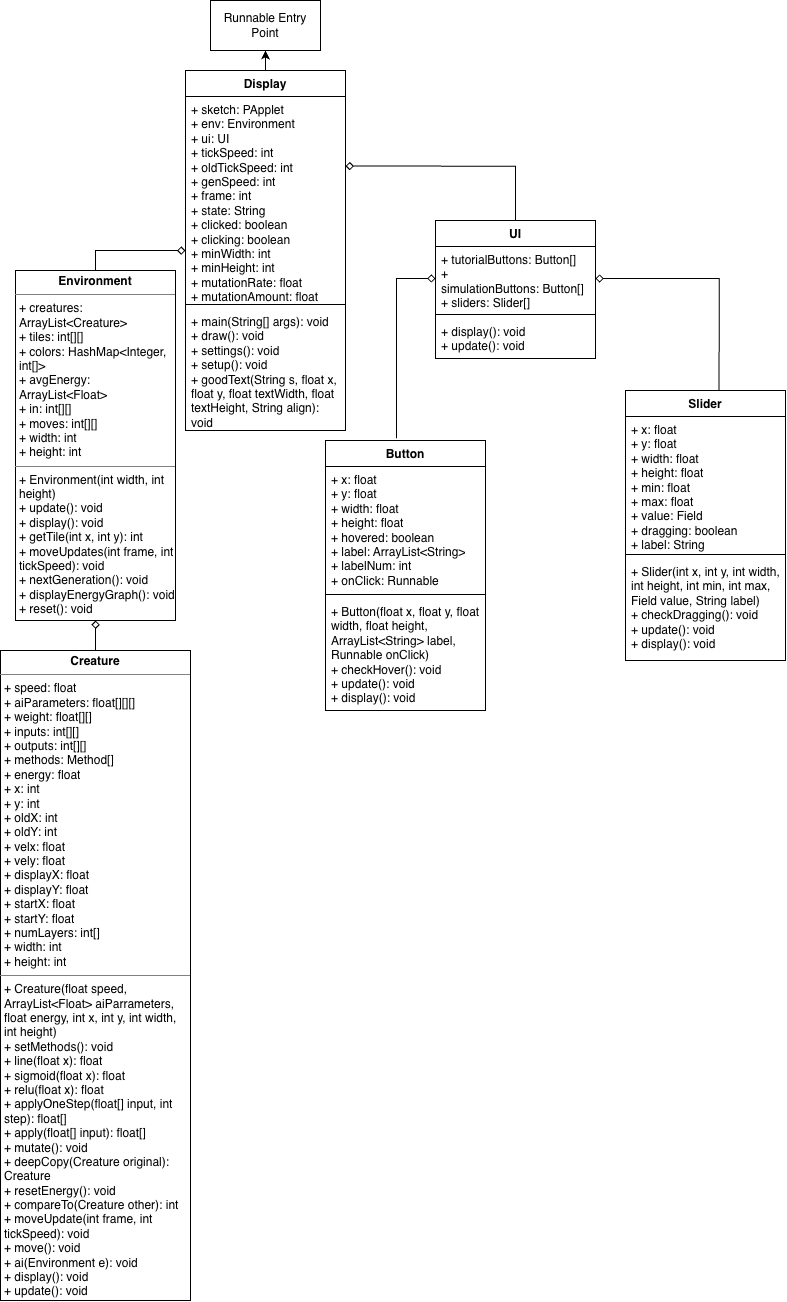
This is docs/UML.png from Jonwu25/AdvProgrammingIndvProject, a draw.io export, as it was before one commit. Source tidied: cells renumbered, new cells last; positions are measured from the earlier drawing's top-left corner, leaving out a move shared by most shapes.
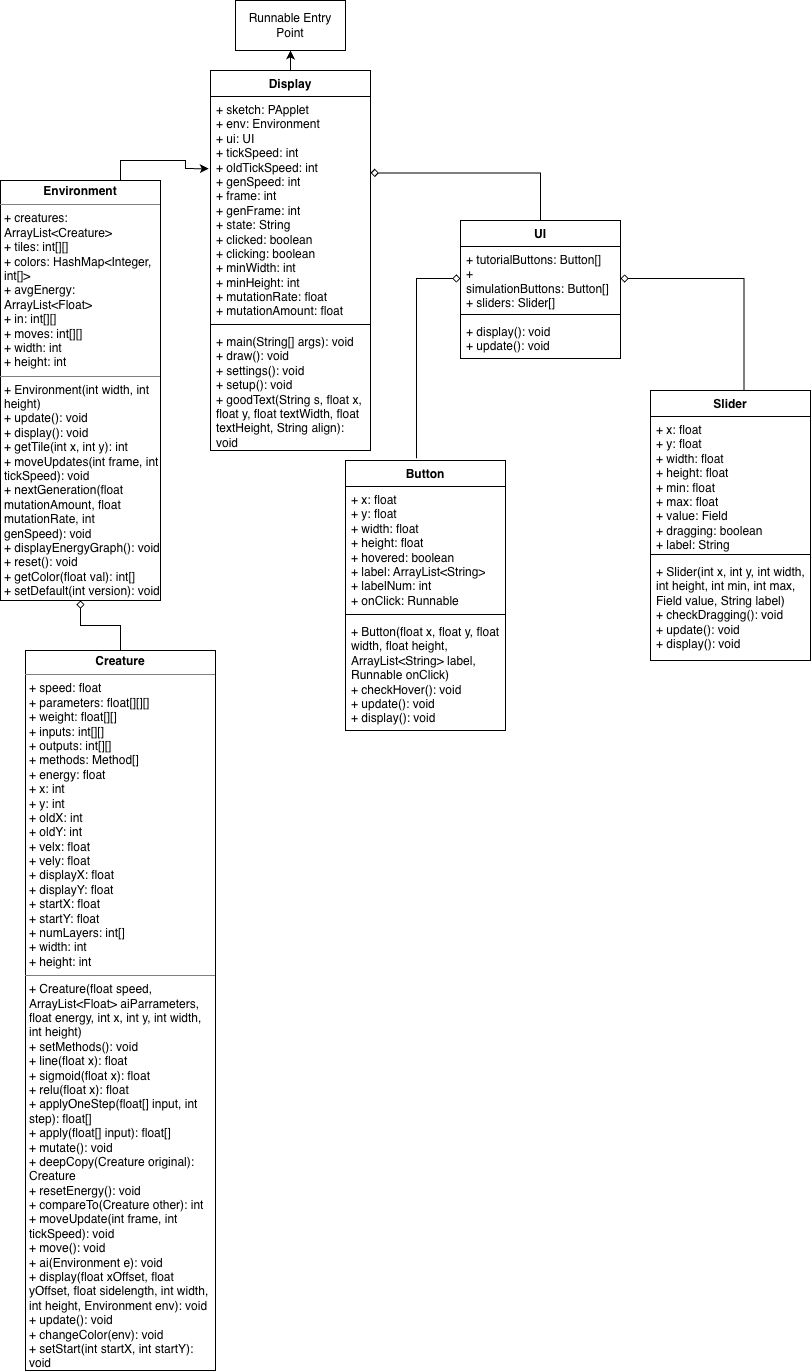
Later version of the same file.

The edit, as a diff of the source:
```diff
@@ -5,29 +5,26 @@
     <mxCell id="2" value="Runnable Entry Point" style="html=1;whiteSpace=wrap;" parent="1" vertex="1">
       <mxGeometry x="210" width="110" height="50" as="geometry" />
     </mxCell>
-    <mxCell id="3" style="edgeStyle=orthogonalEdgeStyle;rounded=0;jettySize=auto;html=1;exitX=0.5;exitY=0;exitDx=0;exitDy=0;endArrow=diamond;endFill=0;" parent="1" edge="1" source="4" target="7">
-      <mxGeometry relative="1" as="geometry" />
-    </mxCell>
-    <mxCell id="4" value="&lt;p style=&quot;margin:0px;margin-top:4px;text-align:center;&quot;&gt;&lt;b&gt;Environment&lt;/b&gt;&lt;/p&gt;&lt;hr size=&quot;1&quot; style=&quot;border-style:solid;&quot;&gt;&lt;p style=&quot;margin:0px;margin-left:4px;&quot;&gt;+ creatures: ArrayList&amp;lt;Creature&amp;gt;&lt;/p&gt;&lt;p style=&quot;margin:0px;margin-left:4px;&quot;&gt;+ tiles: int[][]&lt;/p&gt;&lt;p style=&quot;margin:0px;margin-left:4px;&quot;&gt;+ colors: HashMap&amp;lt;Integer, int[]&amp;gt;&lt;/p&gt;&lt;p style=&quot;margin:0px;margin-left:4px;&quot;&gt;+ avgEnergy: ArrayList&amp;lt;Float&amp;gt;&lt;/p&gt;&lt;p style=&quot;margin:0px;margin-left:4px;&quot;&gt;+ in: int[][]&lt;/p&gt;&lt;p style=&quot;margin:0px;margin-left:4px;&quot;&gt;+ moves: int[][]&lt;/p&gt;&lt;p style=&quot;margin:0px;margin-left:4px;&quot;&gt;+ width: int&lt;/p&gt;&lt;p style=&quot;margin:0px;margin-left:4px;&quot;&gt;+ height: int&lt;/p&gt;&lt;hr size=&quot;1&quot; style=&quot;border-style:solid;&quot;&gt;&lt;p style=&quot;margin:0px;margin-left:4px;&quot;&gt;+ Environment(int width, int height)&lt;/p&gt;&lt;p style=&quot;margin:0px;margin-left:4px;&quot;&gt;+ update(): void&lt;/p&gt;&lt;p style=&quot;margin:0px;margin-left:4px;&quot;&gt;+ display(): void&lt;/p&gt;&lt;p style=&quot;margin:0px;margin-left:4px;&quot;&gt;+ getTile(int x, int y): int&lt;/p&gt;&lt;p style=&quot;margin:0px;margin-left:4px;&quot;&gt;+ moveUpdates(int frame, int tickSpeed): void&lt;/p&gt;&lt;p style=&quot;margin:0px;margin-left:4px;&quot;&gt;+ nextGeneration(): void&lt;/p&gt;&lt;p style=&quot;margin:0px;margin-left:4px;&quot;&gt;+ displayEnergyGraph(): void&lt;/p&gt;&lt;p style=&quot;margin:0px;margin-left:4px;&quot;&gt;+ reset(): void&lt;/p&gt;" style="verticalAlign=top;align=left;overflow=fill;html=1;whiteSpace=wrap;" parent="1" vertex="1">
-      <mxGeometry x="15" y="270" width="160" height="350" as="geometry" />
+    <mxCell id="4" value="&lt;p style=&quot;margin:0px;margin-top:4px;text-align:center;&quot;&gt;&lt;b&gt;Environment&lt;/b&gt;&lt;/p&gt;&lt;hr size=&quot;1&quot; style=&quot;border-style:solid;&quot;&gt;&lt;p style=&quot;margin:0px;margin-left:4px;&quot;&gt;+ creatures: ArrayList&amp;lt;Creature&amp;gt;&lt;/p&gt;&lt;p style=&quot;margin:0px;margin-left:4px;&quot;&gt;+ tiles: int[][]&lt;/p&gt;&lt;p style=&quot;margin:0px;margin-left:4px;&quot;&gt;+ colors: HashMap&amp;lt;Integer, int[]&amp;gt;&lt;/p&gt;&lt;p style=&quot;margin:0px;margin-left:4px;&quot;&gt;+ avgEnergy: ArrayList&amp;lt;Float&amp;gt;&lt;/p&gt;&lt;p style=&quot;margin:0px;margin-left:4px;&quot;&gt;+ in: int[][]&lt;/p&gt;&lt;p style=&quot;margin:0px;margin-left:4px;&quot;&gt;+ moves: int[][]&lt;/p&gt;&lt;p style=&quot;margin:0px;margin-left:4px;&quot;&gt;+ width: int&lt;/p&gt;&lt;p style=&quot;margin:0px;margin-left:4px;&quot;&gt;+ height: int&lt;/p&gt;&lt;hr size=&quot;1&quot; style=&quot;border-style:solid;&quot;&gt;&lt;p style=&quot;margin:0px;margin-left:4px;&quot;&gt;+ Environment(int width, int height)&lt;/p&gt;&lt;p style=&quot;margin:0px;margin-left:4px;&quot;&gt;+ update(): void&lt;/p&gt;&lt;p style=&quot;margin:0px;margin-left:4px;&quot;&gt;+ display(): void&lt;/p&gt;&lt;p style=&quot;margin:0px;margin-left:4px;&quot;&gt;+ getTile(int x, int y): int&lt;/p&gt;&lt;p style=&quot;margin:0px;margin-left:4px;&quot;&gt;+ moveUpdates(int frame, int tickSpeed): void&lt;/p&gt;&lt;p style=&quot;margin:0px;margin-left:4px;&quot;&gt;+ nextGeneration(float mutationAmount, float mutationRate, int genSpeed): void&lt;/p&gt;&lt;p style=&quot;margin:0px;margin-left:4px;&quot;&gt;+ displayEnergyGraph(): void&lt;/p&gt;&lt;p style=&quot;margin:0px;margin-left:4px;&quot;&gt;+ reset(): void&lt;/p&gt;&lt;p style=&quot;margin:0px;margin-left:4px;&quot;&gt;+ getColor(float val): int[]&lt;/p&gt;&lt;p style=&quot;margin:0px;margin-left:4px;&quot;&gt;+ setDefault(int version): void&lt;/p&gt;" style="verticalAlign=top;align=left;overflow=fill;html=1;whiteSpace=wrap;" parent="1" vertex="1">
+      <mxGeometry x="-25" y="180" width="160" height="420" as="geometry" />
     </mxCell>
     <mxCell id="5" style="edgeStyle=orthogonalEdgeStyle;rounded=0;jettySize=auto;html=1;exitX=0.5;exitY=0;exitDx=0;exitDy=0;endArrow=diamond;endFill=0;" parent="1" edge="1" source="6" target="4">
       <mxGeometry relative="1" as="geometry" />
     </mxCell>
-    <mxCell id="6" value="&lt;p style=&quot;margin:0px;margin-top:4px;text-align:center;&quot;&gt;&lt;b&gt;Creature&lt;/b&gt;&lt;/p&gt;&lt;hr size=&quot;1&quot; style=&quot;border-style:solid;&quot;&gt;&lt;p style=&quot;margin:0px;margin-left:4px;&quot;&gt;+ speed: float&lt;/p&gt;&lt;p style=&quot;margin:0px;margin-left:4px;&quot;&gt;+ aiParameters: float[][][]&lt;/p&gt;&lt;p style=&quot;margin:0px;margin-left:4px;&quot;&gt;+ weight: float[][]&lt;/p&gt;&lt;p style=&quot;margin:0px;margin-left:4px;&quot;&gt;+ inputs: int[][]&lt;/p&gt;&lt;p style=&quot;margin:0px;margin-left:4px;&quot;&gt;+ outputs: int[][]&lt;/p&gt;&lt;p style=&quot;margin:0px;margin-left:4px;&quot;&gt;+ methods: Method[]&lt;/p&gt;&lt;p style=&quot;margin:0px;margin-left:4px;&quot;&gt;+ energy: float&lt;/p&gt;&lt;p style=&quot;margin:0px;margin-left:4px;&quot;&gt;+ x: int&lt;/p&gt;&lt;p style=&quot;margin:0px;margin-left:4px;&quot;&gt;+ y: int&lt;/p&gt;&lt;p style=&quot;margin:0px;margin-left:4px;&quot;&gt;+ oldX: int&lt;/p&gt;&lt;p style=&quot;margin:0px;margin-left:4px;&quot;&gt;+ oldY: int&lt;/p&gt;&lt;p style=&quot;margin:0px;margin-left:4px;&quot;&gt;+ velx: float&lt;/p&gt;&lt;p style=&quot;margin:0px;margin-left:4px;&quot;&gt;+ vely: float&lt;/p&gt;&lt;p style=&quot;margin:0px;margin-left:4px;&quot;&gt;+ displayX: float&lt;/p&gt;&lt;p style=&quot;margin:0px;margin-left:4px;&quot;&gt;+ displayY: float&lt;/p&gt;&lt;p style=&quot;margin:0px;margin-left:4px;&quot;&gt;+ startX: float&lt;/p&gt;&lt;p style=&quot;margin:0px;margin-left:4px;&quot;&gt;+ startY: float&lt;/p&gt;&lt;p style=&quot;margin:0px;margin-left:4px;&quot;&gt;+ numLayers: int[]&lt;/p&gt;&lt;p style=&quot;margin:0px;margin-left:4px;&quot;&gt;+ width: int&lt;/p&gt;&lt;p style=&quot;margin:0px;margin-left:4px;&quot;&gt;+ height: int&lt;/p&gt;&lt;hr size=&quot;1&quot; style=&quot;border-style:solid;&quot;&gt;&lt;p style=&quot;margin:0px;margin-left:4px;&quot;&gt;+ Creature(float speed, ArrayList&amp;lt;Float&amp;gt; aiParrameters, float energy, int x, int y, int width, int height)&lt;/p&gt;&lt;p style=&quot;margin:0px;margin-left:4px;&quot;&gt;+ setMethods(): void&lt;/p&gt;&lt;p style=&quot;margin:0px;margin-left:4px;&quot;&gt;+ line(float x): float&lt;/p&gt;&lt;p style=&quot;margin:0px;margin-left:4px;&quot;&gt;+ sigmoid(float x): float&lt;/p&gt;&lt;p style=&quot;margin:0px;margin-left:4px;&quot;&gt;+ relu(float x): float&lt;/p&gt;&lt;p style=&quot;margin:0px;margin-left:4px;&quot;&gt;+ applyOneStep(float[] input, int step): float[]&lt;/p&gt;&lt;p style=&quot;margin:0px;margin-left:4px;&quot;&gt;+ apply(float[] input): float[]&lt;/p&gt;&lt;p style=&quot;margin:0px;margin-left:4px;&quot;&gt;+ mutate(): void&lt;/p&gt;&lt;p style=&quot;margin:0px;margin-left:4px;&quot;&gt;+ deepCopy(Creature original): Creature&lt;/p&gt;&lt;p style=&quot;margin:0px;margin-left:4px;&quot;&gt;+ resetEnergy(): void&lt;/p&gt;&lt;p style=&quot;margin:0px;margin-left:4px;&quot;&gt;+ compareTo(Creature other): int&lt;/p&gt;&lt;p style=&quot;margin:0px;margin-left:4px;&quot;&gt;+ moveUpdate(int frame, int tickSpeed): void&lt;/p&gt;&lt;p style=&quot;margin:0px;margin-left:4px;&quot;&gt;+ move(): void&lt;/p&gt;&lt;p style=&quot;margin:0px;margin-left:4px;&quot;&gt;+ ai(Environment e): void&lt;/p&gt;&lt;p style=&quot;margin:0px;margin-left:4px;&quot;&gt;+ display(): void&lt;br&gt;+ update(): void&lt;/p&gt;" style="verticalAlign=top;align=left;overflow=fill;html=1;whiteSpace=wrap;" parent="1" vertex="1">
-      <mxGeometry y="650" width="190" height="650" as="geometry" />
+    <mxCell id="6" value="&lt;p style=&quot;margin:0px;margin-top:4px;text-align:center;&quot;&gt;&lt;b&gt;Creature&lt;/b&gt;&lt;/p&gt;&lt;hr size=&quot;1&quot; style=&quot;border-style:solid;&quot;&gt;&lt;p style=&quot;margin:0px;margin-left:4px;&quot;&gt;+ speed: float&lt;/p&gt;&lt;p style=&quot;margin:0px;margin-left:4px;&quot;&gt;+ parameters: float[][][]&lt;/p&gt;&lt;p style=&quot;margin:0px;margin-left:4px;&quot;&gt;+ weight: float[][]&lt;/p&gt;&lt;p style=&quot;margin:0px;margin-left:4px;&quot;&gt;+ inputs: int[][]&lt;/p&gt;&lt;p style=&quot;margin:0px;margin-left:4px;&quot;&gt;+ outputs: int[][]&lt;/p&gt;&lt;p style=&quot;margin:0px;margin-left:4px;&quot;&gt;+ methods: Method[]&lt;/p&gt;&lt;p style=&quot;margin:0px;margin-left:4px;&quot;&gt;+ energy: float&lt;/p&gt;&lt;p style=&quot;margin:0px;margin-left:4px;&quot;&gt;+ x: int&lt;/p&gt;&lt;p style=&quot;margin:0px;margin-left:4px;&quot;&gt;+ y: int&lt;/p&gt;&lt;p style=&quot;margin:0px;margin-left:4px;&quot;&gt;+ oldX: int&lt;/p&gt;&lt;p style=&quot;margin:0px;margin-left:4px;&quot;&gt;+ oldY: int&lt;/p&gt;&lt;p style=&quot;margin:0px;margin-left:4px;&quot;&gt;+ velx: float&lt;/p&gt;&lt;p style=&quot;margin:0px;margin-left:4px;&quot;&gt;+ vely: float&lt;/p&gt;&lt;p style=&quot;margin:0px;margin-left:4px;&quot;&gt;+ displayX: float&lt;/p&gt;&lt;p style=&quot;margin:0px;margin-left:4px;&quot;&gt;+ displayY: float&lt;/p&gt;&lt;p style=&quot;margin:0px;margin-left:4px;&quot;&gt;+ startX: float&lt;/p&gt;&lt;p style=&quot;margin:0px;margin-left:4px;&quot;&gt;+ startY: float&lt;/p&gt;&lt;p style=&quot;margin:0px;margin-left:4px;&quot;&gt;+ numLayers: int[]&lt;/p&gt;&lt;p style=&quot;margin:0px;margin-left:4px;&quot;&gt;+ width: int&lt;/p&gt;&lt;p style=&quot;margin:0px;margin-left:4px;&quot;&gt;+ height: int&lt;/p&gt;&lt;hr size=&quot;1&quot; style=&quot;border-style:solid;&quot;&gt;&lt;p style=&quot;margin:0px;margin-left:4px;&quot;&gt;+ Creature(float speed, ArrayList&amp;lt;Float&amp;gt; aiParrameters, float energy, int x, int y, int width, int height)&lt;/p&gt;&lt;p style=&quot;margin:0px;margin-left:4px;&quot;&gt;+ setMethods(): void&lt;/p&gt;&lt;p style=&quot;margin:0px;margin-left:4px;&quot;&gt;+ line(float x): float&lt;/p&gt;&lt;p style=&quot;margin:0px;margin-left:4px;&quot;&gt;+ sigmoid(float x): float&lt;/p&gt;&lt;p style=&quot;margin:0px;margin-left:4px;&quot;&gt;+ relu(float x): float&lt;/p&gt;&lt;p style=&quot;margin:0px;margin-left:4px;&quot;&gt;+ applyOneStep(float[] input, int step): float[]&lt;/p&gt;&lt;p style=&quot;margin:0px;margin-left:4px;&quot;&gt;+ apply(float[] input): float[]&lt;/p&gt;&lt;p style=&quot;margin:0px;margin-left:4px;&quot;&gt;+ mutate(): void&lt;/p&gt;&lt;p style=&quot;margin:0px;margin-left:4px;&quot;&gt;+ deepCopy(Creature original): Creature&lt;/p&gt;&lt;p style=&quot;margin:0px;margin-left:4px;&quot;&gt;+ resetEnergy(): void&lt;/p&gt;&lt;p style=&quot;margin:0px;margin-left:4px;&quot;&gt;+ compareTo(Creature other): int&lt;/p&gt;&lt;p style=&quot;margin:0px;margin-left:4px;&quot;&gt;+ moveUpdate(int frame, int tickSpeed): void&lt;/p&gt;&lt;p style=&quot;margin:0px;margin-left:4px;&quot;&gt;+ move(): void&lt;/p&gt;&lt;p style=&quot;margin:0px;margin-left:4px;&quot;&gt;+ ai(Environment e): void&lt;/p&gt;&lt;p style=&quot;margin:0px;margin-left:4px;&quot;&gt;+ display(float xOffset, float yOffset, float sidelength, int width, int height, Environment env): void&lt;br&gt;+ update(): void&lt;/p&gt;&lt;p style=&quot;margin:0px;margin-left:4px;&quot;&gt;+ changeColor(env): void&lt;/p&gt;&lt;p style=&quot;margin:0px;margin-left:4px;&quot;&gt;+ setStart(int startX, int startY): void&lt;/p&gt;" style="verticalAlign=top;align=left;overflow=fill;html=1;whiteSpace=wrap;" parent="1" vertex="1">
+      <mxGeometry y="650" width="190" height="720" as="geometry" />
     </mxCell>
     <mxCell id="7" value="Display" style="swimlane;fontStyle=1;align=center;verticalAlign=top;horizontal=1;startSize=26;whiteSpace=wrap;html=1;" parent="1" vertex="1">
-      <mxGeometry x="185" y="70" width="160" height="360" as="geometry" />
+      <mxGeometry x="185" y="70" width="160" height="380" as="geometry" />
     </mxCell>
-    <mxCell id="8" value="&lt;div&gt;+ sketch: PApplet&lt;/div&gt;+ env: Environment&lt;div&gt;+ ui: UI&lt;/div&gt;&lt;div&gt;+ tickSpeed: int&lt;/div&gt;&lt;div&gt;+ oldTickSpeed: int&lt;/div&gt;&lt;div&gt;+ genSpeed: int&lt;/div&gt;&lt;div&gt;+ frame: int&lt;/div&gt;&lt;div&gt;+ state: String&lt;/div&gt;&lt;div&gt;+ clicked: boolean&lt;/div&gt;&lt;div&gt;+ clicking: boolean&lt;/div&gt;&lt;div&gt;+ minWidth: int&lt;/div&gt;&lt;div&gt;+ minHeight: int&lt;/div&gt;&lt;div&gt;+ mutationRate: float&lt;/div&gt;&lt;div&gt;+ mutationAmount: float&lt;/div&gt;" style="text;strokeColor=none;fillColor=none;align=left;verticalAlign=top;spacingLeft=4;spacingRight=4;overflow=hidden;points=[[0,0.5],[1,0.5]];portConstraint=eastwest;whiteSpace=wrap;html=1;" parent="7" vertex="1">
-      <mxGeometry y="26" width="160" height="204" as="geometry" />
+    <mxCell id="8" value="&lt;div&gt;+ sketch: PApplet&lt;/div&gt;+ env: Environment&lt;div&gt;+ ui: UI&lt;/div&gt;&lt;div&gt;+ tickSpeed: int&lt;/div&gt;&lt;div&gt;+ oldTickSpeed: int&lt;/div&gt;&lt;div&gt;+ genSpeed: int&lt;/div&gt;&lt;div&gt;+ frame: int&lt;/div&gt;&lt;div&gt;+ genFrame: int&lt;/div&gt;&lt;div&gt;+ state: String&lt;/div&gt;&lt;div&gt;+ clicked: boolean&lt;/div&gt;&lt;div&gt;+ clicking: boolean&lt;/div&gt;&lt;div&gt;+ minWidth: int&lt;/div&gt;&lt;div&gt;+ minHeight: int&lt;/div&gt;&lt;div&gt;+ mutationRate: float&lt;/div&gt;&lt;div&gt;+ mutationAmount: float&lt;/div&gt;" style="text;strokeColor=none;fillColor=none;align=left;verticalAlign=top;spacingLeft=4;spacingRight=4;overflow=hidden;points=[[0,0.5],[1,0.5]];portConstraint=eastwest;whiteSpace=wrap;html=1;" parent="7" vertex="1">
+      <mxGeometry y="26" width="160" height="224" as="geometry" />
     </mxCell>
     <mxCell id="9" style="line;strokeWidth=1;fillColor=none;align=left;verticalAlign=middle;spacingTop=-1;spacingLeft=3;spacingRight=3;labelPosition=right;strokeColor=inherit;" parent="7" vertex="1">
-      <mxGeometry y="230" width="160" height="8" as="geometry" />
+      <mxGeometry y="250" width="160" height="8" as="geometry" />
     </mxCell>
     <mxCell id="10" value="&lt;div&gt;+ main(String[] args): void&lt;/div&gt;&lt;div&gt;+ draw(): void&lt;/div&gt;+ settings(): void&lt;div&gt;+ setup(): void&lt;/div&gt;&lt;div&gt;+ goodText(String s, float x, float y, float textWidth, float textHeight, String align): void&lt;/div&gt;" style="text;strokeColor=none;fillColor=none;align=left;verticalAlign=top;spacingLeft=4;spacingRight=4;overflow=hidden;whiteSpace=wrap;html=1;" parent="7" vertex="1">
-      <mxGeometry y="238" width="160" height="122" as="geometry" />
+      <mxGeometry y="258" width="160" height="122" as="geometry" />
     </mxCell>
     <mxCell id="11" value="UI" style="swimlane;fontStyle=1;align=center;verticalAlign=top;horizontal=1;startSize=26;whiteSpace=wrap;html=1;" parent="1" vertex="1">
       <mxGeometry x="435" y="220" width="160" height="138" as="geometry" />
@@ -60,7 +57,7 @@
       <mxGeometry y="168" width="160" height="102" as="geometry" />
     </mxCell>
     <mxCell id="21" value="Button" style="swimlane;fontStyle=1;align=center;verticalAlign=top;horizontal=1;startSize=26;whiteSpace=wrap;html=1;" parent="1" vertex="1">
-      <mxGeometry x="325" y="440" width="160" height="270" as="geometry" />
+      <mxGeometry x="320" y="460" width="160" height="270" as="geometry" />
     </mxCell>
     <mxCell id="22" value="+ x: float&lt;div&gt;+ y: float&lt;/div&gt;&lt;div&gt;+ width: float&lt;/div&gt;&lt;div&gt;+ height: float&lt;/div&gt;&lt;div&gt;+ hovered: boolean&lt;/div&gt;&lt;div&gt;+ label: ArrayList&amp;lt;String&amp;gt;&lt;/div&gt;&lt;div&gt;+ labelNum: int&lt;/div&gt;&lt;div&gt;+ onClick: Runnable&lt;/div&gt;" style="text;strokeColor=none;fillColor=none;align=left;verticalAlign=top;spacingLeft=4;spacingRight=4;overflow=hidden;whiteSpace=wrap;html=1;" parent="21" vertex="1">
       <mxGeometry y="26" width="160" height="124" as="geometry" />
@@ -77,5 +74,8 @@
     <mxCell id="26" style="edgeStyle=orthogonalEdgeStyle;rounded=0;jettySize=auto;html=1;exitX=0.444;exitY=-0.008;exitDx=0;exitDy=0;endArrow=diamond;endFill=0;entryX=0;entryY=0.5;entryDx=0;entryDy=0;exitPerimeter=0;" parent="1" edge="1" source="21" target="12">
       <mxGeometry relative="1" as="geometry" />
     </mxCell>
+    <mxCell id="27" style="edgeStyle=orthogonalEdgeStyle;rounded=0;jettySize=auto;html=1;exitX=0.75;exitY=0;exitDx=0;exitDy=0;entryX=-0.01;entryY=0.322;entryDx=0;entryDy=0;entryPerimeter=0;" parent="1" edge="1" source="4" target="8">
+      <mxGeometry relative="1" as="geometry" />
+    </mxCell>
   </root>
 </mxGraphModel>
```
